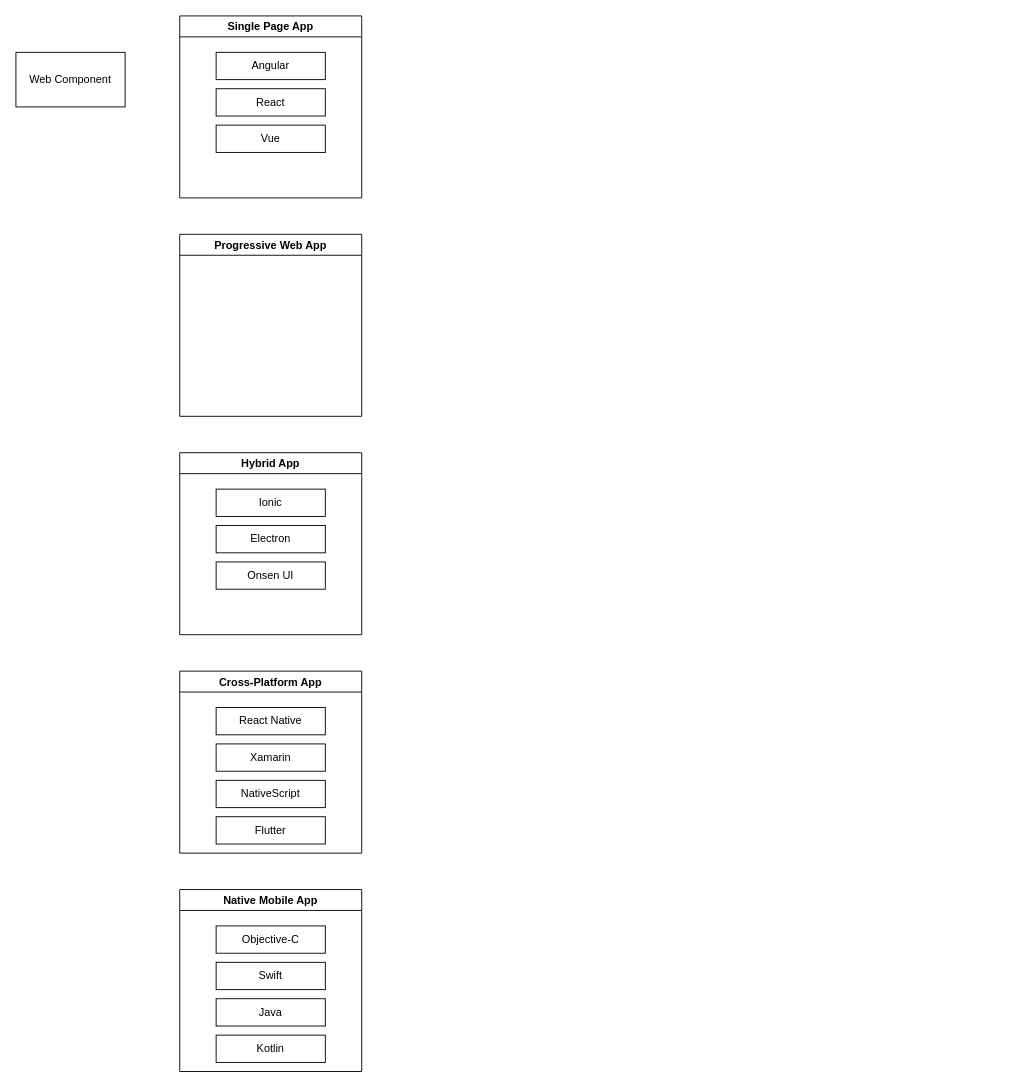
hikumealan/draw-io-diagrams keeps this draw.io diagram as Frontend-Arch.drawio. Above is the earlier version. Source tidied: cells renumbered, new cells numbered last; positions are measured from the earlier drawing's top-left corner, leaving out a move shared by most shapes. Both pictures are drawn from the tidied source at 91%, with x=0, y=0 at pixel (15, 15).
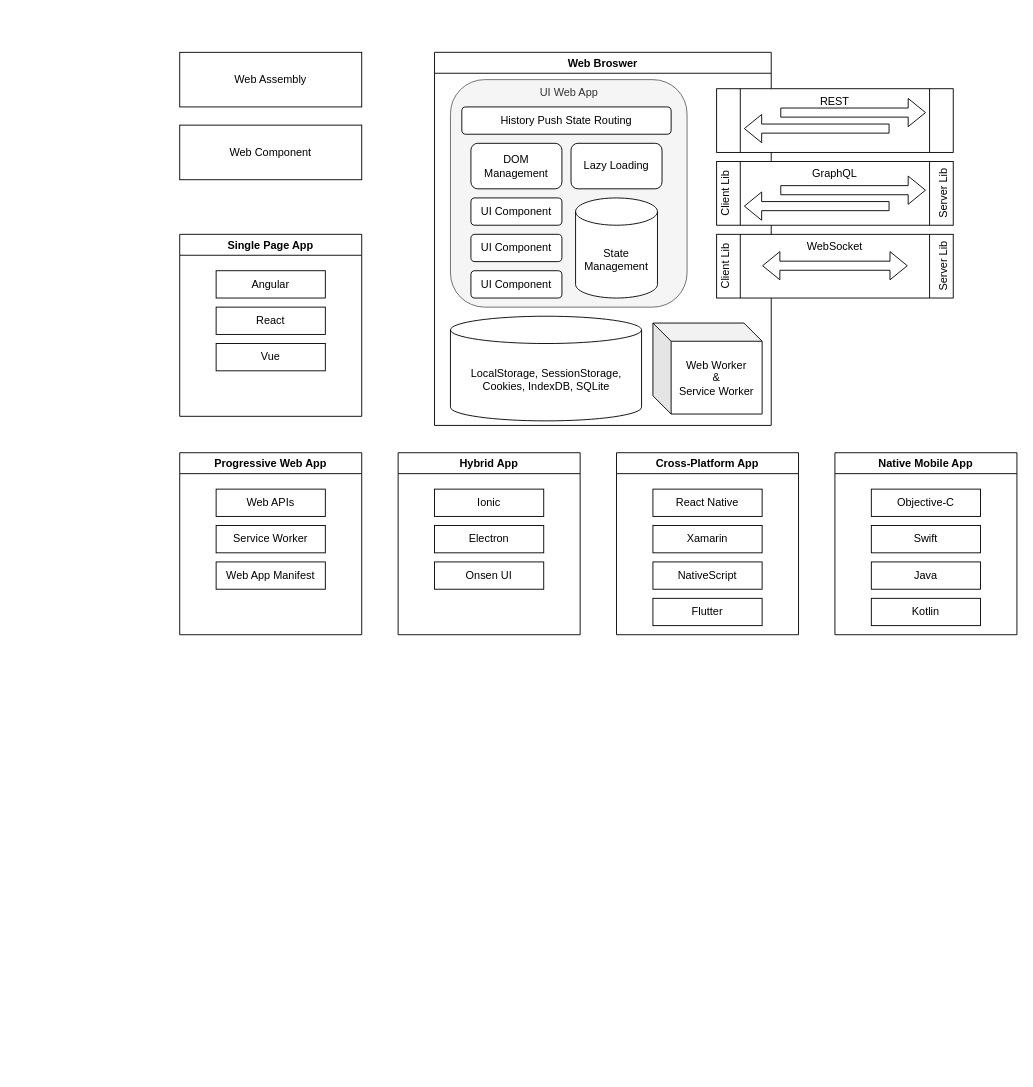
After the change.

Change to the diagram source:
```diff
@@
     <mxCell id="2" value="Native Mobile App" style="swimlane;" parent="1" vertex="1">
-      <mxGeometry x="180" y="960" width="200" height="200" as="geometry" />
+      <mxGeometry x="900" y="480" width="200" height="200" as="geometry" />
     </mxCell>
@@
     <mxCell id="7" value="Single Page App" style="swimlane;" parent="1" vertex="1">
-      <mxGeometry x="180" width="200" height="200" as="geometry" />
+      <mxGeometry x="180" y="240" width="200" height="200" as="geometry" />
     </mxCell>
@@
     <mxCell id="11" value="Hybrid App" style="swimlane;" parent="1" vertex="1">
-      <mxGeometry x="180" y="480" width="200" height="200" as="geometry" />
+      <mxGeometry x="420" y="480" width="200" height="200" as="geometry" />
     </mxCell>
@@
     <mxCell id="15" value="Cross-Platform App" style="swimlane;" parent="1" vertex="1">
-      <mxGeometry x="180" y="720" width="200" height="200" as="geometry" />
+      <mxGeometry x="660" y="480" width="200" height="200" as="geometry" />
     </mxCell>
@@
     <mxCell id="20" value="Progressive Web App" style="swimlane;" parent="1" vertex="1">
-      <mxGeometry x="180" y="240" width="200" height="200" as="geometry" />
+      <mxGeometry x="180" y="480" width="200" height="200" as="geometry" />
     </mxCell>
+    <mxCell id="22" value="Web APIs" style="rounded=0;whiteSpace=wrap;html=1;" parent="20" vertex="1">
+      <mxGeometry x="40" y="40" width="120" height="30" as="geometry" />
+    </mxCell>
+    <mxCell id="23" value="Service Worker" style="rounded=0;whiteSpace=wrap;html=1;" parent="20" vertex="1">
+      <mxGeometry x="40" y="80" width="120" height="30" as="geometry" />
+    </mxCell>
+    <mxCell id="24" value="Web App Manifest" style="rounded=0;whiteSpace=wrap;html=1;" parent="20" vertex="1">
+      <mxGeometry x="40" y="120" width="120" height="30" as="geometry" />
+    </mxCell>
     <mxCell id="21" value="Web Component" style="rounded=0;whiteSpace=wrap;html=1;" parent="1" vertex="1">
-      <mxGeometry y="40" width="120" height="60" as="geometry" />
+      <mxGeometry x="180" y="120" width="200" height="60" as="geometry" />
     </mxCell>
+    <mxCell id="25" value="Web Broswer" style="swimlane;" parent="1" vertex="1">
+      <mxGeometry x="460" y="40" width="370" height="410" as="geometry" />
+    </mxCell>
+    <mxCell id="26" value="UI Web App" style="rounded=1;whiteSpace=wrap;html=1;verticalAlign=top;fillColor=#f5f5f5;fontColor=#333333;strokeColor=#666666;" parent="25" vertex="1">
+      <mxGeometry x="17.5" y="30" width="260" height="250" as="geometry" />
+    </mxCell>
+    <mxCell id="27" value="UI Component" style="rounded=1;whiteSpace=wrap;html=1;" parent="25" vertex="1">
+      <mxGeometry x="40" y="160" width="100" height="30" as="geometry" />
+    </mxCell>
+    <mxCell id="28" value="UI Component" style="rounded=1;whiteSpace=wrap;html=1;" parent="25" vertex="1">
+      <mxGeometry x="40" y="200" width="100" height="30" as="geometry" />
+    </mxCell>
+    <mxCell id="29" value="UI Component" style="rounded=1;whiteSpace=wrap;html=1;" parent="25" vertex="1">
+      <mxGeometry x="40" y="240" width="100" height="30" as="geometry" />
+    </mxCell>
+    <mxCell id="30" value="History Push State Routing" style="rounded=1;whiteSpace=wrap;html=1;" parent="25" vertex="1">
+      <mxGeometry x="30" y="60" width="230" height="30" as="geometry" />
+    </mxCell>
+    <mxCell id="31" value="State Management" style="shape=cylinder3;whiteSpace=wrap;html=1;boundedLbl=1;backgroundOutline=1;size=15;" parent="25" vertex="1">
+      <mxGeometry x="155" y="160" width="90" height="110" as="geometry" />
+    </mxCell>
+    <mxCell id="32" value="LocalStorage, SessionStorage, &lt;br&gt;Cookies, IndexDB, SQLite" style="shape=cylinder3;whiteSpace=wrap;html=1;boundedLbl=1;backgroundOutline=1;size=15;" parent="25" vertex="1">
+      <mxGeometry x="17.5" y="290" width="210" height="115" as="geometry" />
+    </mxCell>
+    <mxCell id="33" value="DOM Management" style="rounded=1;whiteSpace=wrap;html=1;" parent="25" vertex="1">
+      <mxGeometry x="40" y="100" width="100" height="50" as="geometry" />
+    </mxCell>
+    <mxCell id="34" value="Lazy Loading" style="rounded=1;whiteSpace=wrap;html=1;" parent="25" vertex="1">
+      <mxGeometry x="150" y="100" width="100" height="50" as="geometry" />
+    </mxCell>
+    <mxCell id="35" value="Web Worker&lt;br&gt;&amp;amp;&lt;br&gt;Service Worker" style="shape=cube;whiteSpace=wrap;html=1;boundedLbl=1;backgroundOutline=1;darkOpacity=0.05;darkOpacity2=0.1;" parent="25" vertex="1">
+      <mxGeometry x="240" y="297.5" width="120" height="100" as="geometry" />
+    </mxCell>
+    <mxCell id="36" style="group;" parent="1" vertex="1">
+      <mxGeometry x="770" y="80" width="260" height="70" as="geometry" />
+    </mxCell>
+    <mxCell id="37" value="REST" style="shape=process;whiteSpace=wrap;html=1;backgroundOutline=1;verticalAlign=top;" parent="36" vertex="1">
+      <mxGeometry width="260" height="70" as="geometry" />
+    </mxCell>
+    <mxCell id="38" style="shape=flexArrow;endArrow=classic;html=1;rounded=0;" parent="36" edge="1">
+      <mxGeometry relative="1" as="geometry">
+        <mxPoint x="70" y="26.2" as="sourcePoint" />
+        <mxPoint x="230" y="26.2" as="targetPoint" />
+      </mxGeometry>
+    </mxCell>
+    <mxCell id="39" style="shape=flexArrow;endArrow=classic;html=1;rounded=0;" parent="36" edge="1">
+      <mxGeometry relative="1" as="geometry">
+        <mxPoint x="190" y="43.8" as="sourcePoint" />
+        <mxPoint x="30" y="43.8" as="targetPoint" />
+      </mxGeometry>
+    </mxCell>
+    <mxCell id="40" style="group;" parent="1" vertex="1">
+      <mxGeometry x="770" y="240" width="280" height="70" as="geometry" />
+    </mxCell>
+    <mxCell id="41" style="group;" parent="40" vertex="1">
+      <mxGeometry x="-5" width="285" height="70" as="geometry" />
+    </mxCell>
+    <mxCell id="42" style="group;" parent="41" vertex="1">
+      <mxGeometry width="270" height="70" as="geometry" />
+    </mxCell>
+    <mxCell id="43" value="WebSocket" style="shape=process;whiteSpace=wrap;html=1;backgroundOutline=1;verticalAlign=top;" parent="42" vertex="1">
+      <mxGeometry x="5" width="260" height="70" as="geometry" />
+    </mxCell>
+    <mxCell id="44" style="shape=flexArrow;endArrow=classic;startArrow=classic;html=1;rounded=0;" parent="42" edge="1">
+      <mxGeometry relative="1" as="geometry">
+        <mxPoint x="55" y="34.5" as="sourcePoint" />
+        <mxPoint x="215" y="34.5" as="targetPoint" />
+      </mxGeometry>
+    </mxCell>
+    <mxCell id="45" value="Client Lib" style="text;html=1;strokeColor=none;fillColor=none;align=center;verticalAlign=middle;whiteSpace=wrap;rounded=0;rotation=270;" parent="42" vertex="1">
+      <mxGeometry x="-15" y="20" width="60" height="30" as="geometry" />
+    </mxCell>
+    <mxCell id="46" value="Server Lib" style="text;html=1;strokeColor=none;fillColor=none;align=center;verticalAlign=middle;whiteSpace=wrap;rounded=0;rotation=270;" parent="42" vertex="1">
+      <mxGeometry x="225" y="20" width="60" height="30" as="geometry" />
+    </mxCell>
+    <mxCell id="47" style="group;" parent="1" vertex="1">
+      <mxGeometry x="770" y="160" width="280" height="70" as="geometry" />
+    </mxCell>
+    <mxCell id="48" style="group;" parent="47" vertex="1">
+      <mxGeometry x="-5" width="285" height="70" as="geometry" />
+    </mxCell>
+    <mxCell id="49" style="group;" parent="48" vertex="1">
+      <mxGeometry width="270" height="70" as="geometry" />
+    </mxCell>
+    <mxCell id="50" value="GraphQL" style="shape=process;whiteSpace=wrap;html=1;backgroundOutline=1;verticalAlign=top;" parent="49" vertex="1">
+      <mxGeometry x="5" width="260" height="70" as="geometry" />
+    </mxCell>
+    <mxCell id="51" value="Client Lib" style="text;html=1;strokeColor=none;fillColor=none;align=center;verticalAlign=middle;whiteSpace=wrap;rounded=0;rotation=270;" parent="49" vertex="1">
+      <mxGeometry x="-15" y="20" width="60" height="30" as="geometry" />
+    </mxCell>
+    <mxCell id="52" value="Server Lib" style="text;html=1;strokeColor=none;fillColor=none;align=center;verticalAlign=middle;whiteSpace=wrap;rounded=0;rotation=270;" parent="49" vertex="1">
+      <mxGeometry x="225" y="20" width="60" height="30" as="geometry" />
+    </mxCell>
+    <mxCell id="53" style="shape=flexArrow;endArrow=classic;html=1;rounded=0;" parent="49" edge="1">
+      <mxGeometry relative="1" as="geometry">
+        <mxPoint x="75" y="31.5" as="sourcePoint" />
+        <mxPoint x="235" y="31.5" as="targetPoint" />
+      </mxGeometry>
+    </mxCell>
+    <mxCell id="54" style="shape=flexArrow;endArrow=classic;html=1;rounded=0;" parent="49" edge="1">
+      <mxGeometry relative="1" as="geometry">
+        <mxPoint x="195" y="49" as="sourcePoint" />
+        <mxPoint x="35" y="49" as="targetPoint" />
+      </mxGeometry>
+    </mxCell>
+    <mxCell id="55" value="Web Assembly" style="rounded=0;whiteSpace=wrap;html=1;" parent="1" vertex="1">
+      <mxGeometry x="180" y="40" width="200" height="60" as="geometry" />
+    </mxCell>
```
